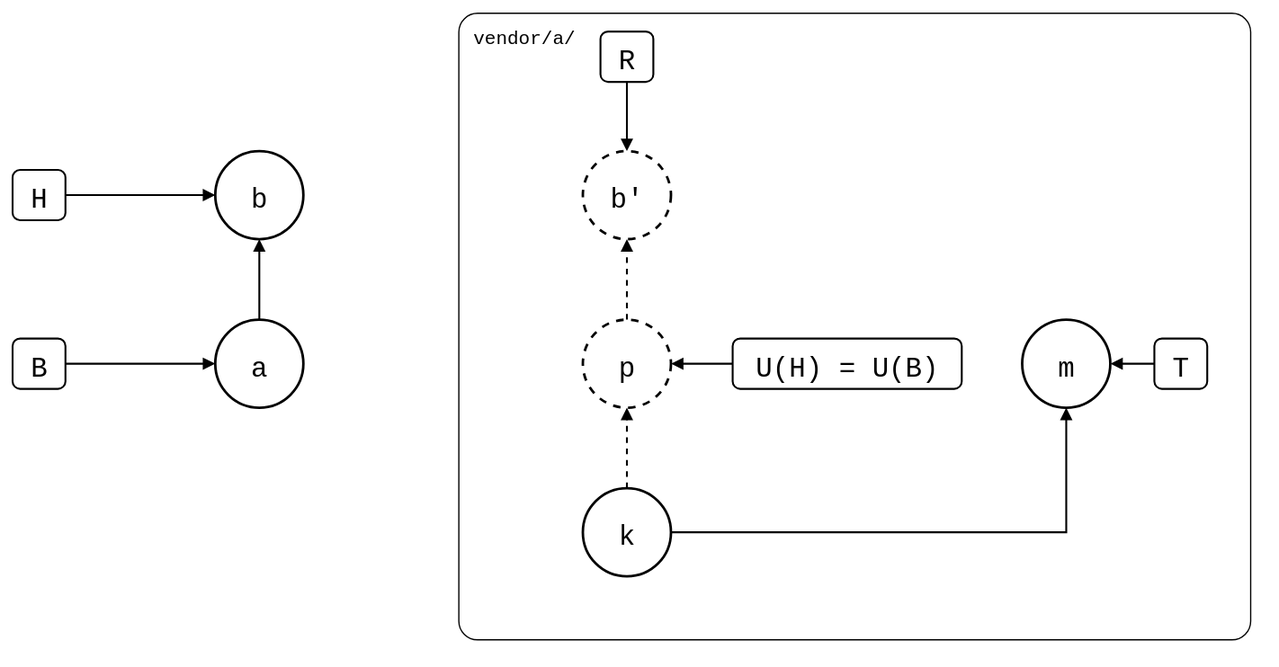
Above: test/scenarios/06-rewritten-history/04-patch-branch-rebased/01-unpushed-local-commit/unpushed-local-commit.drawio.svg in roschaefer/git-splice (draw.io), before the change. Source tidied: cells renumbered, new cells last; positions are measured from the earlier drawing's top-left corner, leaving out a move shared by most shapes.
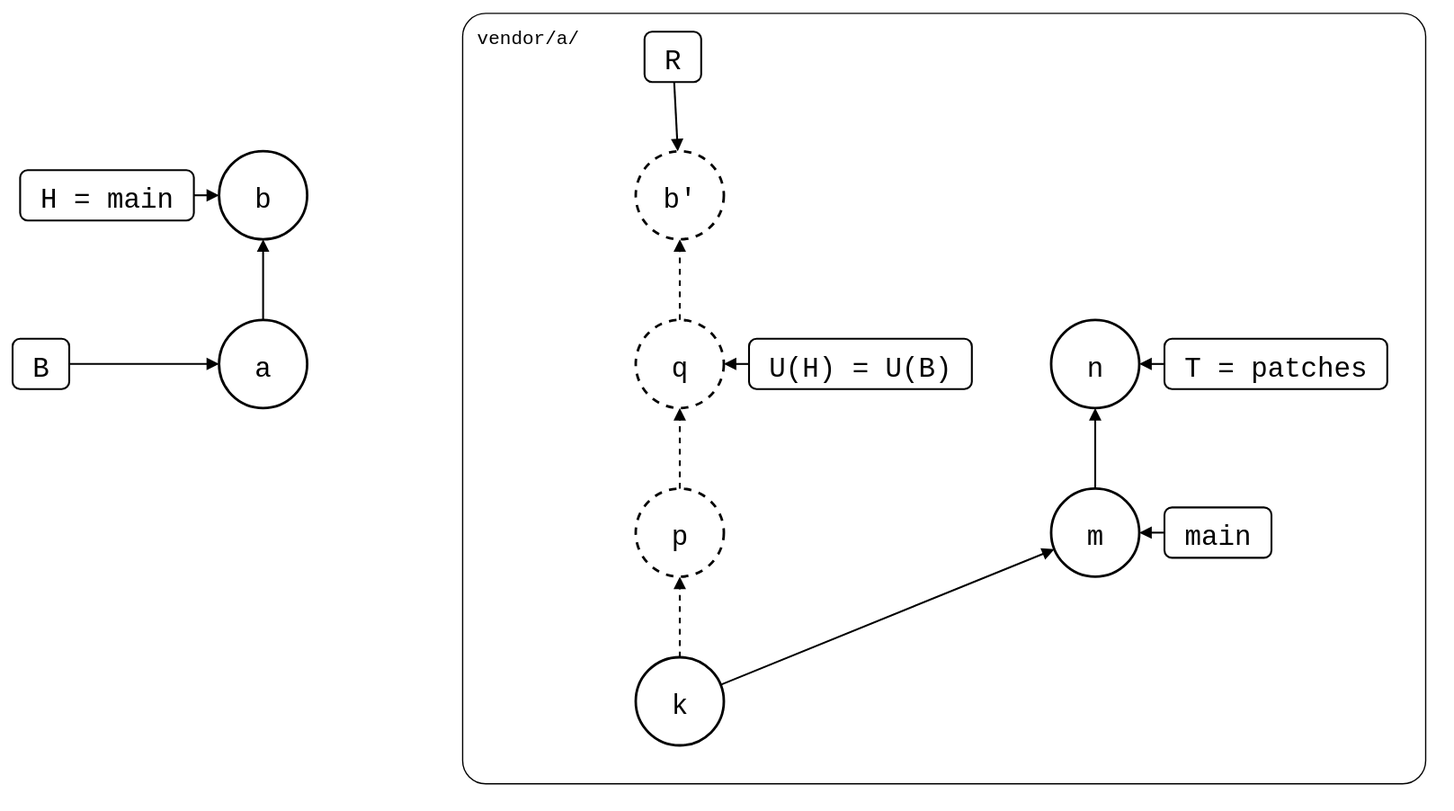
After the commit.

Commit message:
test(scenarios): rebase a patch branch with two patches, branches named

Change to the diagram source:
```diff
@@ -3,67 +3,85 @@
     <mxCell id="0" />
     <mxCell id="1" parent="0" />
     <mxCell id="2" value="vendor/a/" style="rounded=1;arcSize=3;fillColor=none;strokeWidth=1;fontSize=15;verticalAlign=top;align=left;spacingLeft=10;spacingTop=4;fontFamily=Roboto Mono,monospace;" parent="1" vertex="1">
-      <mxGeometry x="354" width="629" height="498" as="geometry" />
+      <mxGeometry x="354" width="765" height="612" as="geometry" />
     </mxCell>
+    <mxCell id="5" value="k" style="ellipse;strokeWidth=2;fontSize=22;fontFamily=Roboto Mono,monospace;" parent="1" vertex="1">
+      <mxGeometry x="492" y="512" width="70" height="70" as="geometry" />
+    </mxCell>
+    <mxCell id="6" value="p" style="ellipse;strokeWidth=2;fontSize=22;fontFamily=Roboto Mono,monospace;dashed=1;" parent="1" vertex="1">
+      <mxGeometry x="492" y="378" width="70" height="70" as="geometry" />
+    </mxCell>
+    <mxCell id="23" value="q" style="ellipse;strokeWidth=2;fontSize=22;fontFamily=Roboto Mono,monospace;dashed=1;" parent="1" vertex="1">
+      <mxGeometry x="492" y="244" width="70" height="70" as="geometry" />
+    </mxCell>
+    <mxCell id="8" value="m" style="ellipse;strokeWidth=2;fontSize=22;fontFamily=Roboto Mono,monospace;" parent="1" vertex="1">
+      <mxGeometry x="822" y="378" width="70" height="70" as="geometry" />
+    </mxCell>
+    <mxCell id="24" value="n" style="ellipse;strokeWidth=2;fontSize=22;fontFamily=Roboto Mono,monospace;" parent="1" vertex="1">
+      <mxGeometry x="822" y="244" width="70" height="70" as="geometry" />
+    </mxCell>
     <mxCell id="3" value="a" style="ellipse;strokeWidth=2;fontSize=22;fontFamily=Roboto Mono,monospace;" parent="1" vertex="1">
       <mxGeometry x="161" y="244" width="70" height="70" as="geometry" />
     </mxCell>
     <mxCell id="4" value="b" style="ellipse;strokeWidth=2;fontSize=22;fontFamily=Roboto Mono,monospace;" parent="1" vertex="1">
       <mxGeometry x="161" y="110" width="70" height="70" as="geometry" />
     </mxCell>
-    <mxCell id="5" value="k" style="ellipse;strokeWidth=2;fontSize=22;fontFamily=Roboto Mono,monospace;" parent="1" vertex="1">
-      <mxGeometry x="453" y="378" width="70" height="70" as="geometry" />
-    </mxCell>
-    <mxCell id="6" value="p" style="ellipse;strokeWidth=2;fontSize=22;fontFamily=Roboto Mono,monospace;dashed=1;" parent="1" vertex="1">
-      <mxGeometry x="453" y="244" width="70" height="70" as="geometry" />
-    </mxCell>
     <mxCell id="7" value="b'" style="ellipse;strokeWidth=2;fontSize=22;fontFamily=Roboto Mono,monospace;dashed=1;" parent="1" vertex="1">
-      <mxGeometry x="453" y="110" width="70" height="70" as="geometry" />
+      <mxGeometry x="492" y="110" width="70" height="70" as="geometry" />
     </mxCell>
-    <mxCell id="8" value="m" style="ellipse;strokeWidth=2;fontSize=22;fontFamily=Roboto Mono,monospace;" parent="1" vertex="1">
-      <mxGeometry x="802" y="244" width="70" height="70" as="geometry" />
-    </mxCell>
-    <mxCell id="9" value="H" style="rounded=1;strokeWidth=1.5;fontSize=22;fontFamily=Roboto Mono,monospace;" parent="1" vertex="1">
-      <mxGeometry y="125" width="42" height="40" as="geometry" />
+    <mxCell id="9" value="H = main" style="rounded=1;strokeWidth=1.5;fontSize=22;fontFamily=Roboto Mono,monospace;" parent="1" vertex="1">
+      <mxGeometry x="3" y="125" width="138" height="40" as="geometry" />
     </mxCell>
     <mxCell id="10" value="B" style="rounded=1;strokeWidth=1.5;fontSize=22;fontFamily=Roboto Mono,monospace;" parent="1" vertex="1">
-      <mxGeometry y="259" width="42" height="40" as="geometry" />
+      <mxGeometry x="-3" y="259" width="45" height="40" as="geometry" />
     </mxCell>
     <mxCell id="11" value="R" style="rounded=1;strokeWidth=1.5;fontSize=22;fontFamily=Roboto Mono,monospace;" parent="1" vertex="1">
-      <mxGeometry x="467" y="15" width="42" height="40" as="geometry" />
+      <mxGeometry x="499" y="15" width="45" height="40" as="geometry" />
     </mxCell>
     <mxCell id="12" value="U(H) = U(B)" style="rounded=1;strokeWidth=1.5;fontSize=22;fontFamily=Roboto Mono,monospace;" parent="1" vertex="1">
-      <mxGeometry x="572" y="259" width="182" height="40" as="geometry" />
+      <mxGeometry x="582" y="259" width="177" height="40" as="geometry" />
     </mxCell>
-    <mxCell id="13" value="T" style="rounded=1;strokeWidth=1.5;fontSize=22;fontFamily=Roboto Mono,monospace;" parent="1" vertex="1">
-      <mxGeometry x="907" y="259" width="42" height="40" as="geometry" />
-    </mxCell>
+    <mxCell id="25" value="main" style="rounded=1;strokeWidth=1.5;fontSize=22;fontFamily=Roboto Mono,monospace;" parent="1" vertex="1">
+      <mxGeometry x="912" y="393" width="85" height="40" as="geometry" />
+    </mxCell>
+    <mxCell id="26" value="T = patches" style="rounded=1;strokeWidth=1.5;fontSize=22;fontFamily=Roboto Mono,monospace;" parent="1" vertex="1">
+      <mxGeometry x="912" y="259" width="177" height="40" as="geometry" />
+    </mxCell>
-    <mxCell id="14" style="endArrow=block;endFill=1;html=1;strokeWidth=1.5;rounded=0;" parent="1" edge="1" source="3" target="4">
+    <mxCell id="14" style="endArrow=block;endFill=1;html=1;strokeWidth=1.5;rounded=0;dashed=1;" parent="1" edge="1" source="5" target="6">
       <mxGeometry relative="1" as="geometry" />
     </mxCell>
-    <mxCell id="15" style="endArrow=block;endFill=1;html=1;strokeWidth=1.5;rounded=0;dashed=1;" parent="1" edge="1" source="5" target="6">
+    <mxCell id="15" style="endArrow=block;endFill=1;html=1;strokeWidth=1.5;rounded=0;dashed=1;" parent="1" edge="1" source="6" target="23">
       <mxGeometry relative="1" as="geometry" />
     </mxCell>
-    <mxCell id="16" style="endArrow=block;endFill=1;html=1;strokeWidth=1.5;rounded=0;dashed=1;" parent="1" edge="1" source="6" target="7">
+    <mxCell id="16" style="endArrow=block;endFill=1;html=1;strokeWidth=1.5;rounded=0;" parent="1" edge="1" source="5" target="8">
       <mxGeometry relative="1" as="geometry" />
     </mxCell>
-    <mxCell id="17" style="edgeStyle=orthogonalEdgeStyle;exitX=1;exitY=0.5;entryX=0.5;entryY=1;endArrow=block;endFill=1;html=1;strokeWidth=1.5;rounded=0;" parent="1" edge="1" source="5" target="8">
+    <mxCell id="17" style="endArrow=block;endFill=1;html=1;strokeWidth=1.5;rounded=0;" parent="1" edge="1" source="8" target="24">
       <mxGeometry relative="1" as="geometry" />
     </mxCell>
-    <mxCell id="18" style="endArrow=block;endFill=1;html=1;strokeWidth=1.5;rounded=0;" parent="1" edge="1" source="9" target="4">
+    <mxCell id="18" style="endArrow=block;endFill=1;html=1;strokeWidth=1.5;rounded=0;" parent="1" edge="1" source="3" target="4">
       <mxGeometry relative="1" as="geometry" />
     </mxCell>
-    <mxCell id="19" style="endArrow=block;endFill=1;html=1;strokeWidth=1.5;rounded=0;" parent="1" edge="1" source="10" target="3">
+    <mxCell id="19" style="endArrow=block;endFill=1;html=1;strokeWidth=1.5;rounded=0;dashed=1;" parent="1" edge="1" source="23" target="7">
       <mxGeometry relative="1" as="geometry" />
     </mxCell>
-    <mxCell id="20" style="endArrow=block;endFill=1;html=1;strokeWidth=1.5;rounded=0;" parent="1" edge="1" source="11" target="7">
+    <mxCell id="20" style="endArrow=block;endFill=1;html=1;strokeWidth=1.5;rounded=0;" parent="1" edge="1" source="9" target="4">
       <mxGeometry relative="1" as="geometry" />
     </mxCell>
-    <mxCell id="21" style="endArrow=block;endFill=1;html=1;strokeWidth=1.5;rounded=0;" parent="1" edge="1" source="12" target="6">
+    <mxCell id="21" style="endArrow=block;endFill=1;html=1;strokeWidth=1.5;rounded=0;" parent="1" edge="1" source="10" target="3">
       <mxGeometry relative="1" as="geometry" />
     </mxCell>
-    <mxCell id="22" style="endArrow=block;endFill=1;html=1;strokeWidth=1.5;rounded=0;" parent="1" edge="1" source="13" target="8">
+    <mxCell id="22" style="endArrow=block;endFill=1;html=1;strokeWidth=1.5;rounded=0;" parent="1" edge="1" source="11" target="7">
       <mxGeometry relative="1" as="geometry" />
     </mxCell>
+    <mxCell id="27" style="endArrow=block;endFill=1;html=1;strokeWidth=1.5;rounded=0;" parent="1" edge="1" source="12" target="23">
+      <mxGeometry relative="1" as="geometry" />
+    </mxCell>
+    <mxCell id="28" style="endArrow=block;endFill=1;html=1;strokeWidth=1.5;rounded=0;" parent="1" edge="1" source="25" target="8">
+      <mxGeometry relative="1" as="geometry" />
+    </mxCell>
+    <mxCell id="29" style="endArrow=block;endFill=1;html=1;strokeWidth=1.5;rounded=0;" parent="1" edge="1" source="26" target="24">
+      <mxGeometry relative="1" as="geometry" />
+    </mxCell>
   </root>
 </mxGraphModel>
```
